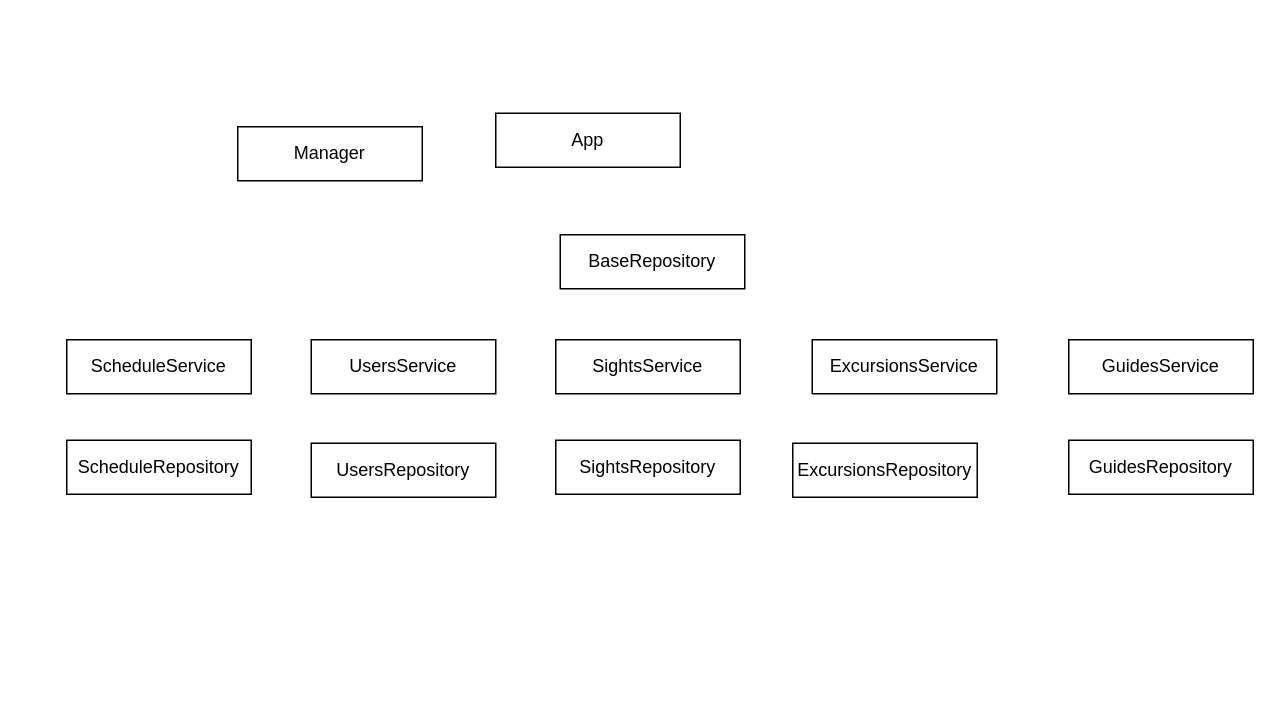
The draw.io diagram Lab1/uml.drawio in BMSTU-ICS7-Lab-Works/PPO_BMSTU, before the edit. Source tidied: cells renumbered, new cells numbered last; positions are measured from the earlier drawing's top-left corner, leaving out a move shared by most shapes. Both pictures are drawn from the tidied source at 150%, with x=0, y=0 at pixel (66, 112).
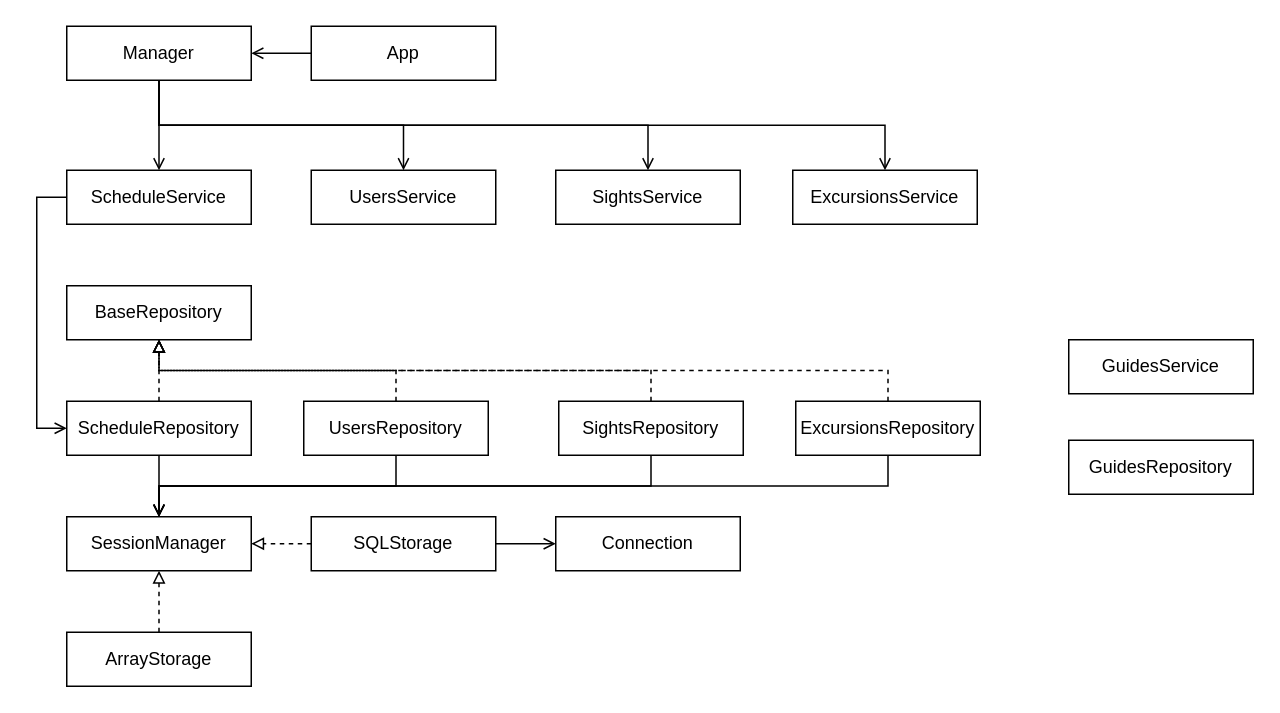
Above is the later version.

The edit, as a diff of the source:
```diff
@@
+    <mxCell id="15" style="edgeStyle=orthogonalEdgeStyle;rounded=0;jettySize=auto;html=1;exitX=0.5;exitY=1;exitDx=0;exitDy=0;endArrow=open;endFill=0;" parent="1" edge="1" source="2" target="7">
+      <mxGeometry relative="1" as="geometry" />
+    </mxCell>
+    <mxCell id="16" style="edgeStyle=orthogonalEdgeStyle;rounded=0;jettySize=auto;html=1;exitX=0.5;exitY=1;exitDx=0;exitDy=0;endArrow=open;endFill=0;" parent="1" edge="1" source="2" target="6">
+      <mxGeometry relative="1" as="geometry" />
+    </mxCell>
+    <mxCell id="17" style="edgeStyle=orthogonalEdgeStyle;rounded=0;jettySize=auto;html=1;exitX=0.5;exitY=1;exitDx=0;exitDy=0;endArrow=open;endFill=0;" parent="1" edge="1" source="2" target="4">
+      <mxGeometry relative="1" as="geometry" />
+    </mxCell>
+    <mxCell id="18" style="edgeStyle=orthogonalEdgeStyle;rounded=0;jettySize=auto;html=1;exitX=0.5;exitY=1;exitDx=0;exitDy=0;endArrow=open;endFill=0;" parent="1" edge="1" source="2" target="9">
+      <mxGeometry relative="1" as="geometry" />
+    </mxCell>
     <mxCell id="2" value="Manager" style="rounded=0;whiteSpace=wrap;html=1;" parent="1" vertex="1">
-      <mxGeometry x="114" y="9" width="123" height="36" as="geometry" />
+      <mxGeometry y="-58" width="123" height="36" as="geometry" />
     </mxCell>
+    <mxCell id="19" style="edgeStyle=orthogonalEdgeStyle;rounded=0;jettySize=auto;html=1;exitX=0;exitY=0.5;exitDx=0;exitDy=0;entryX=1;entryY=0.5;entryDx=0;entryDy=0;endArrow=open;endFill=0;" parent="1" edge="1" source="3" target="2">
+      <mxGeometry relative="1" as="geometry" />
+    </mxCell>
     <mxCell id="3" value="App" style="rounded=0;whiteSpace=wrap;html=1;" parent="1" vertex="1">
-      <mxGeometry x="286" width="123" height="36" as="geometry" />
+      <mxGeometry x="163" y="-58" width="123" height="36" as="geometry" />
     </mxCell>
     <mxCell id="4" value="SightsService" style="rounded=0;whiteSpace=wrap;html=1;" parent="1" vertex="1">
-      <mxGeometry x="326" y="151" width="123" height="36" as="geometry" />
+      <mxGeometry x="326" y="38" width="123" height="36" as="geometry" />
     </mxCell>
+    <mxCell id="20" style="edgeStyle=orthogonalEdgeStyle;rounded=0;jettySize=auto;html=1;exitX=0.5;exitY=1;exitDx=0;exitDy=0;endArrow=open;endFill=0;" parent="1" edge="1" source="5" target="29">
+      <mxGeometry relative="1" as="geometry" />
+    </mxCell>
+    <mxCell id="21" style="edgeStyle=orthogonalEdgeStyle;rounded=0;jettySize=auto;html=1;exitX=0.5;exitY=0;exitDx=0;exitDy=0;entryX=0.5;entryY=1;entryDx=0;entryDy=0;dashed=1;endArrow=block;endFill=0;" parent="1" edge="1" source="5" target="14">
+      <mxGeometry relative="1" as="geometry" />
+    </mxCell>
     <mxCell id="5" value="SightsRepository" style="rounded=0;whiteSpace=wrap;html=1;" parent="1" vertex="1">
-      <mxGeometry x="326" y="218" width="123" height="36" as="geometry" />
+      <mxGeometry x="328" y="192" width="123" height="36" as="geometry" />
     </mxCell>
     <mxCell id="6" value="UsersService" style="rounded=0;whiteSpace=wrap;html=1;" parent="1" vertex="1">
-      <mxGeometry x="163" y="151" width="123" height="36" as="geometry" />
+      <mxGeometry x="163" y="38" width="123" height="36" as="geometry" />
     </mxCell>
+    <mxCell id="22" style="edgeStyle=orthogonalEdgeStyle;rounded=0;jettySize=auto;html=1;exitX=0;exitY=0.5;exitDx=0;exitDy=0;entryX=0;entryY=0.5;entryDx=0;entryDy=0;endArrow=open;endFill=0;" parent="1" edge="1" source="7" target="13">
+      <mxGeometry relative="1" as="geometry" />
+    </mxCell>
     <mxCell id="7" value="ScheduleService" style="rounded=0;whiteSpace=wrap;html=1;" parent="1" vertex="1">
-      <mxGeometry y="151" width="123" height="36" as="geometry" />
+      <mxGeometry y="38" width="123" height="36" as="geometry" />
     </mxCell>
@@
     <mxCell id="9" value="ExcursionsService" style="rounded=0;whiteSpace=wrap;html=1;" parent="1" vertex="1">
-      <mxGeometry x="497" y="151" width="123" height="36" as="geometry" />
+      <mxGeometry x="484" y="38" width="123" height="36" as="geometry" />
     </mxCell>
+    <mxCell id="23" style="edgeStyle=orthogonalEdgeStyle;rounded=0;jettySize=auto;html=1;exitX=0.5;exitY=1;exitDx=0;exitDy=0;endArrow=open;endFill=0;" parent="1" edge="1" source="10" target="29">
+      <mxGeometry relative="1" as="geometry" />
+    </mxCell>
+    <mxCell id="24" style="edgeStyle=orthogonalEdgeStyle;rounded=0;jettySize=auto;html=1;exitX=0.5;exitY=0;exitDx=0;exitDy=0;dashed=1;endArrow=block;endFill=0;" parent="1" edge="1" source="10" target="14">
+      <mxGeometry relative="1" as="geometry" />
+    </mxCell>
     <mxCell id="10" value="ExcursionsRepository" style="rounded=0;whiteSpace=wrap;html=1;" parent="1" vertex="1">
-      <mxGeometry x="484" y="220" width="123" height="36" as="geometry" />
+      <mxGeometry x="486" y="192" width="123" height="36" as="geometry" />
     </mxCell>
@@
+    <mxCell id="25" style="edgeStyle=orthogonalEdgeStyle;rounded=0;jettySize=auto;html=1;exitX=0.5;exitY=1;exitDx=0;exitDy=0;entryX=0.5;entryY=0;entryDx=0;entryDy=0;endArrow=open;endFill=0;" parent="1" edge="1" source="12" target="29">
+      <mxGeometry relative="1" as="geometry" />
+    </mxCell>
+    <mxCell id="26" style="edgeStyle=orthogonalEdgeStyle;rounded=0;jettySize=auto;html=1;exitX=0.5;exitY=0;exitDx=0;exitDy=0;dashed=1;endArrow=block;endFill=0;" parent="1" edge="1" source="12" target="14">
+      <mxGeometry relative="1" as="geometry" />
+    </mxCell>
     <mxCell id="12" value="UsersRepository" style="rounded=0;whiteSpace=wrap;html=1;" parent="1" vertex="1">
-      <mxGeometry x="163" y="220" width="123" height="36" as="geometry" />
+      <mxGeometry x="158" y="192" width="123" height="36" as="geometry" />
     </mxCell>
+    <mxCell id="27" style="edgeStyle=orthogonalEdgeStyle;rounded=0;jettySize=auto;html=1;exitX=0.5;exitY=1;exitDx=0;exitDy=0;entryX=0.5;entryY=0;entryDx=0;entryDy=0;endArrow=open;endFill=0;" parent="1" edge="1" source="13" target="29">
+      <mxGeometry relative="1" as="geometry" />
+    </mxCell>
+    <mxCell id="28" style="edgeStyle=orthogonalEdgeStyle;rounded=0;jettySize=auto;html=1;exitX=0.5;exitY=0;exitDx=0;exitDy=0;entryX=0.5;entryY=1;entryDx=0;entryDy=0;dashed=1;endArrow=block;endFill=0;" parent="1" edge="1" source="13" target="14">
+      <mxGeometry relative="1" as="geometry" />
+    </mxCell>
     <mxCell id="13" value="ScheduleRepository" style="rounded=0;whiteSpace=wrap;html=1;" parent="1" vertex="1">
-      <mxGeometry y="218" width="123" height="36" as="geometry" />
+      <mxGeometry y="192" width="123" height="36" as="geometry" />
     </mxCell>
     <mxCell id="14" value="BaseRepository" style="rounded=0;whiteSpace=wrap;html=1;" parent="1" vertex="1">
-      <mxGeometry x="329" y="81" width="123" height="36" as="geometry" />
+      <mxGeometry y="115" width="123" height="36" as="geometry" />
     </mxCell>
+    <mxCell id="29" value="SessionManager" style="rounded=0;whiteSpace=wrap;html=1;" parent="1" vertex="1">
+      <mxGeometry y="269" width="123" height="36" as="geometry" />
+    </mxCell>
+    <mxCell id="30" style="edgeStyle=orthogonalEdgeStyle;rounded=0;jettySize=auto;html=1;exitX=1;exitY=0.5;exitDx=0;exitDy=0;entryX=0;entryY=0.5;entryDx=0;entryDy=0;endArrow=open;endFill=0;" parent="1" edge="1" source="32" target="33">
+      <mxGeometry relative="1" as="geometry" />
+    </mxCell>
+    <mxCell id="31" style="edgeStyle=orthogonalEdgeStyle;rounded=0;jettySize=auto;html=1;exitX=0;exitY=0.5;exitDx=0;exitDy=0;endArrow=block;endFill=0;dashed=1;" parent="1" edge="1" source="32" target="29">
+      <mxGeometry relative="1" as="geometry" />
+    </mxCell>
+    <mxCell id="32" value="SQLStorage" style="rounded=0;whiteSpace=wrap;html=1;" parent="1" vertex="1">
+      <mxGeometry x="163" y="269" width="123" height="36" as="geometry" />
+    </mxCell>
+    <mxCell id="33" value="Connection" style="rounded=0;whiteSpace=wrap;html=1;" parent="1" vertex="1">
+      <mxGeometry x="326" y="269" width="123" height="36" as="geometry" />
+    </mxCell>
+    <mxCell id="34" style="edgeStyle=orthogonalEdgeStyle;rounded=0;jettySize=auto;html=1;exitX=0.5;exitY=0;exitDx=0;exitDy=0;dashed=1;endArrow=block;endFill=0;" parent="1" edge="1" source="35" target="29">
+      <mxGeometry relative="1" as="geometry" />
+    </mxCell>
+    <mxCell id="35" value="ArrayStorage" style="rounded=0;whiteSpace=wrap;html=1;" parent="1" vertex="1">
+      <mxGeometry y="346" width="123" height="36" as="geometry" />
+    </mxCell>
```
